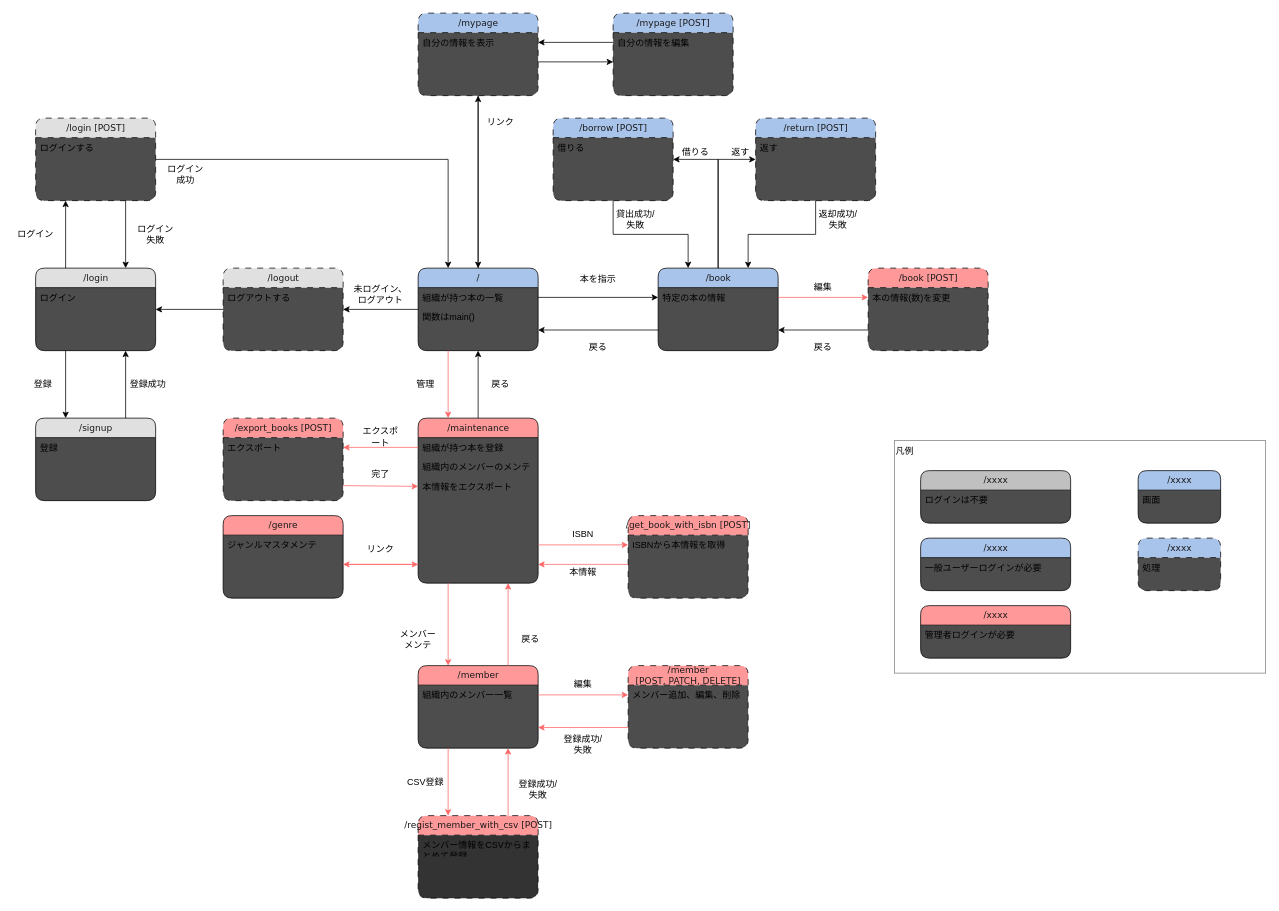
yo16/bookshelf_2023 keeps this draw.io diagram as doc/screen_transition_diagram.drawio. Above is the earlier version. Source tidied: cells renumbered, new cells numbered last; positions are measured from the earlier drawing's top-left corner, leaving out a move shared by most shapes. Both pictures are drawn from the tidied source at 75%, with x=0, y=0 at pixel (13, 13).
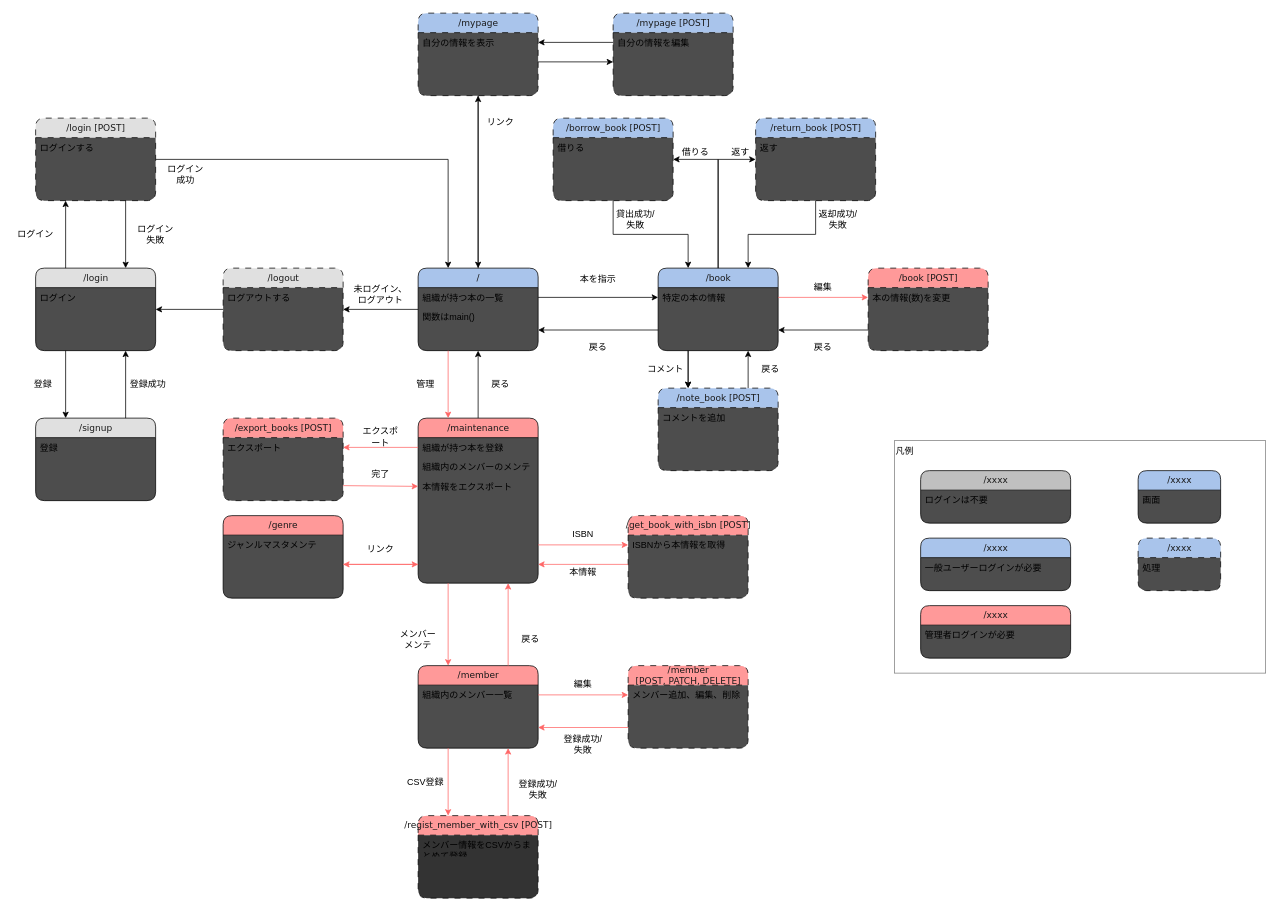
The same diagram, later.

Unchanged cells that the change refers to:
```xml
<mxCell id="19" value="/book" style="swimlane;html=1;fontStyle=0;horizontal=1;startSize=26;fillColor=#A9C4EB;swimlaneFillColor=#4D4D4D;align=center;rounded=1;shadow=0;comic=0;labelBackgroundColor=none;strokeWidth=1;fontFamily=Verdana;fontSize=12;fontColor=#1A1A1A;" parent="1" vertex="1">
  <mxGeometry x="860" y="340" width="160" height="110" as="geometry" />
</mxCell>
```

Diff of the diagram source:
```diff
@@
-    <mxCell id="113" value="/return [POST]" style="swimlane;html=1;fontStyle=0;horizontal=1;startSize=26;fillColor=#A9C4EB;swimlaneFillColor=#4D4D4D;align=center;rounded=1;shadow=0;comic=0;labelBackgroundColor=none;strokeWidth=1;fontFamily=Verdana;fontSize=12;dashed=1;dashPattern=8 8;fontColor=#1A1A1A;" parent="1" vertex="1">
+    <mxCell id="113" value="/return_book [POST]" style="swimlane;html=1;fontStyle=0;horizontal=1;startSize=26;fillColor=#A9C4EB;swimlaneFillColor=#4D4D4D;align=center;rounded=1;shadow=0;comic=0;labelBackgroundColor=none;strokeWidth=1;fontFamily=Verdana;fontSize=12;dashed=1;dashPattern=8 8;fontColor=#1A1A1A;" parent="1" vertex="1">
       <mxGeometry x="990" y="140" width="160" height="110" as="geometry" />
     </mxCell>
@@
-    <mxCell id="118" value="/borrow [POST]" style="swimlane;html=1;fontStyle=0;horizontal=1;startSize=26;fillColor=#A9C4EB;swimlaneFillColor=#4D4D4D;align=center;rounded=1;shadow=0;comic=0;labelBackgroundColor=none;strokeWidth=1;fontFamily=Verdana;fontSize=12;dashed=1;dashPattern=8 8;fontColor=#1A1A1A;" parent="1" vertex="1">
+    <mxCell id="118" value="/borrow_book [POST]" style="swimlane;html=1;fontStyle=0;horizontal=1;startSize=26;fillColor=#A9C4EB;swimlaneFillColor=#4D4D4D;align=center;rounded=1;shadow=0;comic=0;labelBackgroundColor=none;strokeWidth=1;fontFamily=Verdana;fontSize=12;dashed=1;dashPattern=8 8;fontColor=#1A1A1A;" parent="1" vertex="1">
       <mxGeometry x="720" y="140" width="160" height="110" as="geometry" />
     </mxCell>
@@
+    <mxCell id="121" value="/note_book [POST]" style="swimlane;html=1;fontStyle=0;horizontal=1;startSize=26;fillColor=#A9C4EB;swimlaneFillColor=#4D4D4D;align=center;rounded=1;shadow=0;comic=0;labelBackgroundColor=none;strokeWidth=1;fontFamily=Verdana;fontSize=12;dashed=1;dashPattern=8 8;fontColor=#1A1A1A;" parent="1" vertex="1">
+      <mxGeometry x="860" y="500" width="160" height="110" as="geometry" />
+    </mxCell>
+    <mxCell id="122" value="コメントを追加" style="text;html=1;strokeColor=none;fillColor=none;spacingLeft=4;spacingRight=4;whiteSpace=wrap;overflow=hidden;" parent="121" vertex="1">
+      <mxGeometry y="26" width="160" height="26" as="geometry" />
+    </mxCell>
+    <mxCell id="123" style="edgeStyle=orthogonalEdgeStyle;rounded=0;jettySize=auto;html=1;entryX=0.25;entryY=0;entryDx=0;entryDy=0;exitX=0.25;exitY=1;exitDx=0;exitDy=0;" parent="1" edge="1" source="19" target="121">
+      <mxGeometry relative="1" as="geometry" />
+    </mxCell>
+    <mxCell id="124" style="edgeStyle=orthogonalEdgeStyle;rounded=0;jettySize=auto;html=1;entryX=0.25;entryY=0;entryDx=0;entryDy=0;exitX=0.25;exitY=1;exitDx=0;exitDy=0;" parent="1" edge="1" source="19" target="121">
+      <mxGeometry relative="1" as="geometry">
+        <Array as="points">
+          <mxPoint x="900" y="490" />
+        </Array>
+      </mxGeometry>
+    </mxCell>
+    <mxCell id="125" style="edgeStyle=orthogonalEdgeStyle;rounded=0;jettySize=auto;html=1;entryX=0.75;entryY=1;entryDx=0;entryDy=0;exitX=0.75;exitY=0;exitDx=0;exitDy=0;" parent="1" edge="1" source="121" target="19">
+      <mxGeometry relative="1" as="geometry" />
+    </mxCell>
+    <mxCell id="126" value="コメント" style="text;html=1;strokeColor=none;fillColor=none;align=center;verticalAlign=middle;whiteSpace=wrap;rounded=0;" parent="1" vertex="1">
+      <mxGeometry x="840" y="460" width="60" height="30" as="geometry" />
+    </mxCell>
+    <mxCell id="127" value="戻る" style="text;html=1;strokeColor=none;fillColor=none;align=center;verticalAlign=middle;whiteSpace=wrap;rounded=0;" parent="1" vertex="1">
+      <mxGeometry x="980" y="460" width="60" height="30" as="geometry" />
+    </mxCell>
```
